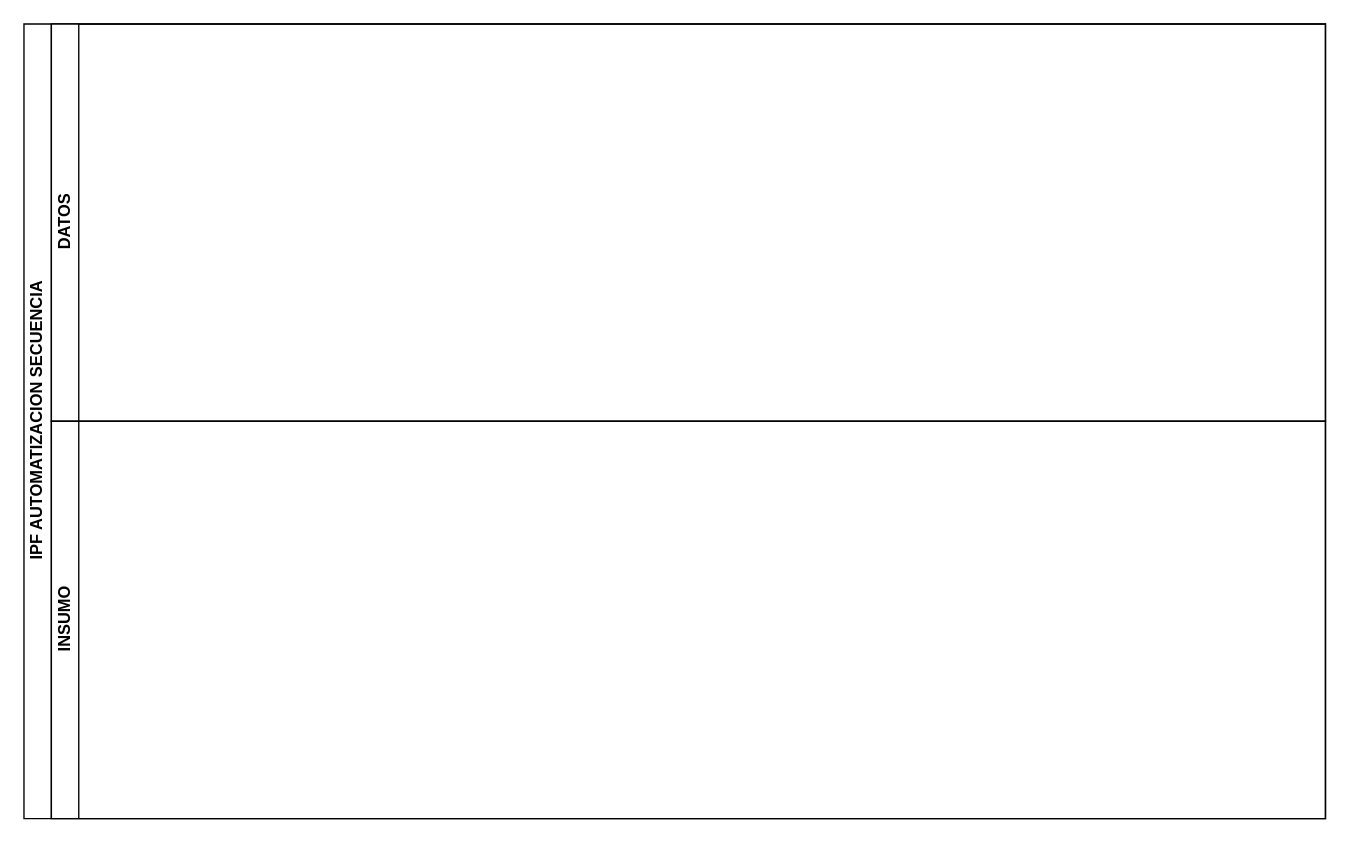
Before: IPF-automatizacion-secuencia-ejecucion.drawio in carlsromec/procesos-diagramas, a draw.io diagram. Source tidied: cells renumbered, new cells numbered last; positions are measured from the earlier drawing's top-left corner, leaving out a move shared by most shapes. Both pictures are drawn from the tidied source at 137%, with x=0, y=0 at pixel (23, 23).
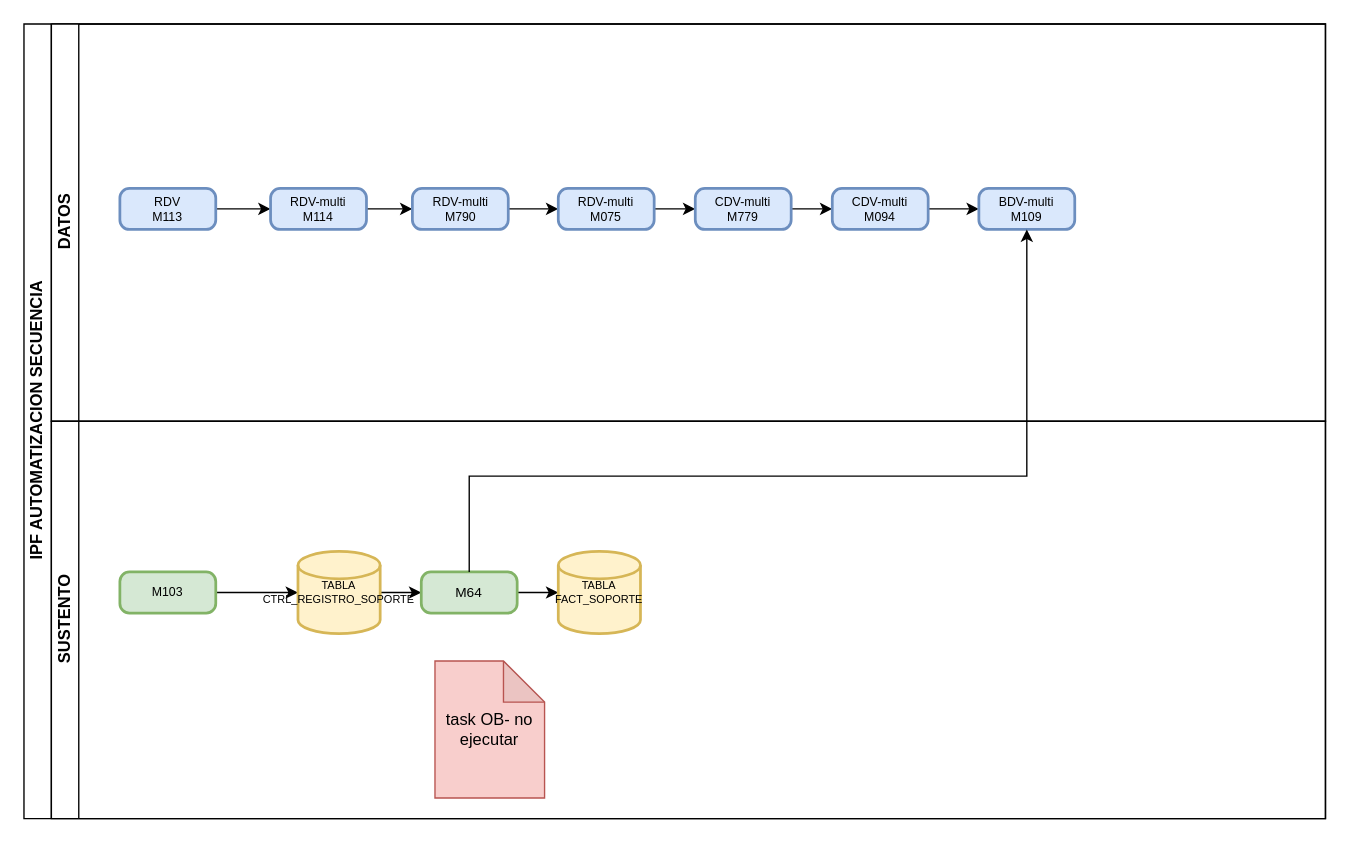
The same diagram, later.

Unchanged cells that the change refers to:
```xml
<mxCell id="2" value="IPF AUTOMATIZACION SECUENCIA" style="swimlane;horizontal=0;startSize=20;html=1;" parent="1" vertex="1">
  <mxGeometry width="950" height="580" as="geometry" />
</mxCell>
<mxCell id="3" value="DATOS" style="swimlane;startSize=20;horizontal=0;html=1;" parent="2" vertex="1">
  <mxGeometry x="20" width="930" height="290" as="geometry" />
</mxCell>
```

Change to the diagram source:
```diff
@@
+    <mxCell id="5" style="edgeStyle=orthogonalEdgeStyle;rounded=0;jettySize=auto;html=1;" parent="3" edge="1" source="6" target="8">
+      <mxGeometry relative="1" as="geometry" />
+    </mxCell>
+    <mxCell id="6" value="RDV&lt;br&gt;M113" style="rounded=1;whiteSpace=wrap;html=1;absoluteArcSize=1;arcSize=14;strokeWidth=2;fontSize=9;fillColor=#dae8fc;strokeColor=#6c8ebf;" parent="3" vertex="1">
+      <mxGeometry x="50" y="120" width="70" height="30" as="geometry" />
+    </mxCell>
+    <mxCell id="7" style="edgeStyle=orthogonalEdgeStyle;rounded=0;jettySize=auto;html=1;" parent="3" edge="1" source="8" target="10">
+      <mxGeometry relative="1" as="geometry" />
+    </mxCell>
+    <mxCell id="8" value="RDV-multi&lt;br&gt;M114" style="rounded=1;whiteSpace=wrap;html=1;absoluteArcSize=1;arcSize=14;strokeWidth=2;fontSize=9;fillColor=#dae8fc;strokeColor=#6c8ebf;" parent="3" vertex="1">
+      <mxGeometry x="160" y="120" width="70" height="30" as="geometry" />
+    </mxCell>
+    <mxCell id="9" style="edgeStyle=orthogonalEdgeStyle;rounded=0;jettySize=auto;html=1;" parent="3" edge="1" source="10" target="12">
+      <mxGeometry relative="1" as="geometry" />
+    </mxCell>
+    <mxCell id="10" value="RDV-multi&lt;br&gt;M790" style="rounded=1;whiteSpace=wrap;html=1;absoluteArcSize=1;arcSize=14;strokeWidth=2;fontSize=9;fillColor=#dae8fc;strokeColor=#6c8ebf;" parent="3" vertex="1">
+      <mxGeometry x="263.5" y="120" width="70" height="30" as="geometry" />
+    </mxCell>
+    <mxCell id="11" style="edgeStyle=orthogonalEdgeStyle;rounded=0;jettySize=auto;html=1;" parent="3" edge="1" source="12" target="14">
+      <mxGeometry relative="1" as="geometry" />
+    </mxCell>
+    <mxCell id="12" value="RDV-multi&lt;br&gt;M075" style="rounded=1;whiteSpace=wrap;html=1;absoluteArcSize=1;arcSize=14;strokeWidth=2;fontSize=9;fillColor=#dae8fc;strokeColor=#6c8ebf;" parent="3" vertex="1">
+      <mxGeometry x="370" y="120" width="70" height="30" as="geometry" />
+    </mxCell>
+    <mxCell id="13" style="edgeStyle=orthogonalEdgeStyle;rounded=0;jettySize=auto;html=1;" parent="3" edge="1" source="14" target="16">
+      <mxGeometry relative="1" as="geometry" />
+    </mxCell>
+    <mxCell id="14" value="CDV-multi&lt;br&gt;M779" style="rounded=1;whiteSpace=wrap;html=1;absoluteArcSize=1;arcSize=14;strokeWidth=2;fontSize=9;fillColor=#dae8fc;strokeColor=#6c8ebf;" parent="3" vertex="1">
+      <mxGeometry x="470" y="120" width="70" height="30" as="geometry" />
+    </mxCell>
+    <mxCell id="15" style="edgeStyle=orthogonalEdgeStyle;rounded=0;jettySize=auto;html=1;" parent="3" edge="1" source="16" target="17">
+      <mxGeometry relative="1" as="geometry" />
+    </mxCell>
+    <mxCell id="16" value="CDV-multi&lt;br&gt;M094" style="rounded=1;whiteSpace=wrap;html=1;absoluteArcSize=1;arcSize=14;strokeWidth=2;fontSize=9;fillColor=#dae8fc;strokeColor=#6c8ebf;" parent="3" vertex="1">
+      <mxGeometry x="570" y="120" width="70" height="30" as="geometry" />
+    </mxCell>
+    <mxCell id="17" value="BDV-multi&lt;br&gt;M109" style="rounded=1;whiteSpace=wrap;html=1;absoluteArcSize=1;arcSize=14;strokeWidth=2;fontSize=9;fillColor=#dae8fc;strokeColor=#6c8ebf;" parent="3" vertex="1">
+      <mxGeometry x="677" y="120" width="70" height="30" as="geometry" />
+    </mxCell>
-    <mxCell id="4" value="INSUMO" style="swimlane;startSize=20;horizontal=0;html=1;" parent="2" vertex="1">
+    <mxCell id="4" value="SUSTENTO" style="swimlane;startSize=20;horizontal=0;html=1;" parent="2" vertex="1">
       <mxGeometry x="20" y="290" width="930" height="290" as="geometry" />
     </mxCell>
+    <mxCell id="18" style="edgeStyle=orthogonalEdgeStyle;rounded=0;jettySize=auto;html=1;" parent="4" edge="1" source="19" target="21">
+      <mxGeometry relative="1" as="geometry" />
+    </mxCell>
+    <mxCell id="19" value="M103" style="rounded=1;whiteSpace=wrap;html=1;absoluteArcSize=1;arcSize=14;strokeWidth=2;fontSize=9;fillColor=#d5e8d4;strokeColor=#82b366;" parent="4" vertex="1">
+      <mxGeometry x="50" y="110" width="70" height="30" as="geometry" />
+    </mxCell>
+    <mxCell id="20" style="edgeStyle=orthogonalEdgeStyle;rounded=0;jettySize=auto;html=1;" parent="4" edge="1" source="21" target="23">
+      <mxGeometry relative="1" as="geometry" />
+    </mxCell>
+    <mxCell id="21" value="TABLA&lt;br style=&quot;font-size: 8px;&quot;&gt;CTRL_REGISTRO_SOPORTE" style="strokeWidth=2;html=1;shape=mxgraph.flowchart.database;whiteSpace=wrap;fontSize=8;fillColor=#fff2cc;strokeColor=#d6b656;" parent="4" vertex="1">
+      <mxGeometry x="180" y="95" width="60" height="60" as="geometry" />
+    </mxCell>
+    <mxCell id="22" style="edgeStyle=orthogonalEdgeStyle;rounded=0;jettySize=auto;html=1;" parent="4" edge="1" source="23" target="24">
+      <mxGeometry relative="1" as="geometry" />
+    </mxCell>
+    <mxCell id="23" value="M64" style="rounded=1;whiteSpace=wrap;html=1;absoluteArcSize=1;arcSize=14;strokeWidth=2;fontSize=10;fillColor=#d5e8d4;strokeColor=#82b366;" parent="4" vertex="1">
+      <mxGeometry x="270" y="110" width="70" height="30" as="geometry" />
+    </mxCell>
+    <mxCell id="24" value="TABLA&lt;br&gt;FACT_SOPORTE" style="strokeWidth=2;html=1;shape=mxgraph.flowchart.database;whiteSpace=wrap;fontSize=8;fillColor=#fff2cc;strokeColor=#d6b656;" parent="4" vertex="1">
+      <mxGeometry x="370" y="95" width="60" height="60" as="geometry" />
+    </mxCell>
+    <mxCell id="25" value="task OB- no ejecutar" style="shape=note;whiteSpace=wrap;html=1;backgroundOutline=1;darkOpacity=0.05;fillColor=#f8cecc;strokeColor=#b85450;" parent="4" vertex="1">
+      <mxGeometry x="280" y="175" width="80" height="100" as="geometry" />
+    </mxCell>
+    <mxCell id="26" style="edgeStyle=orthogonalEdgeStyle;rounded=0;jettySize=auto;html=1;" parent="2" edge="1" source="23" target="17">
+      <mxGeometry relative="1" as="geometry">
+        <Array as="points">
+          <mxPoint x="325" y="330" />
+          <mxPoint x="732" y="330" />
+        </Array>
+      </mxGeometry>
+    </mxCell>
```
